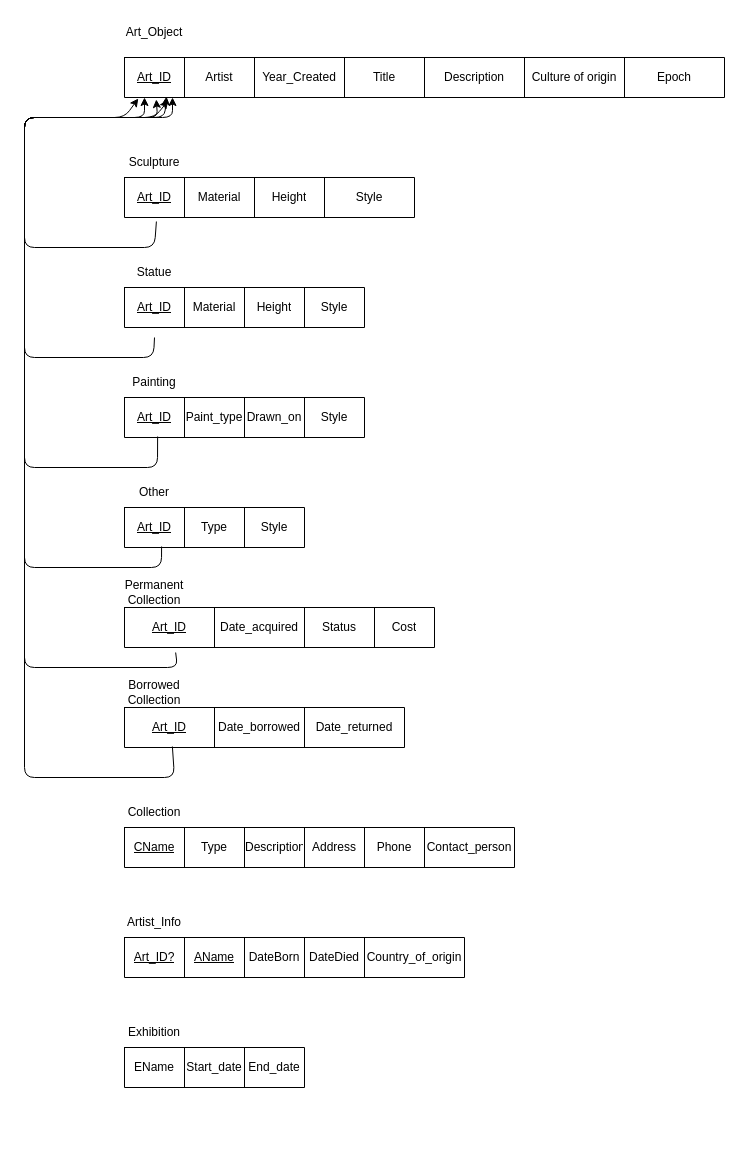
Above: database design/relationalschema.drawio in ENSF-300-F23/museum-project-l02-group-22 (draw.io), before the change. Source tidied: cells renumbered, new cells numbered last; positions are measured from the earlier drawing's top-left corner, leaving out a move shared by most shapes. Both pictures are drawn from the tidied source at 100%, with x=0, y=0 at pixel (24, 17).
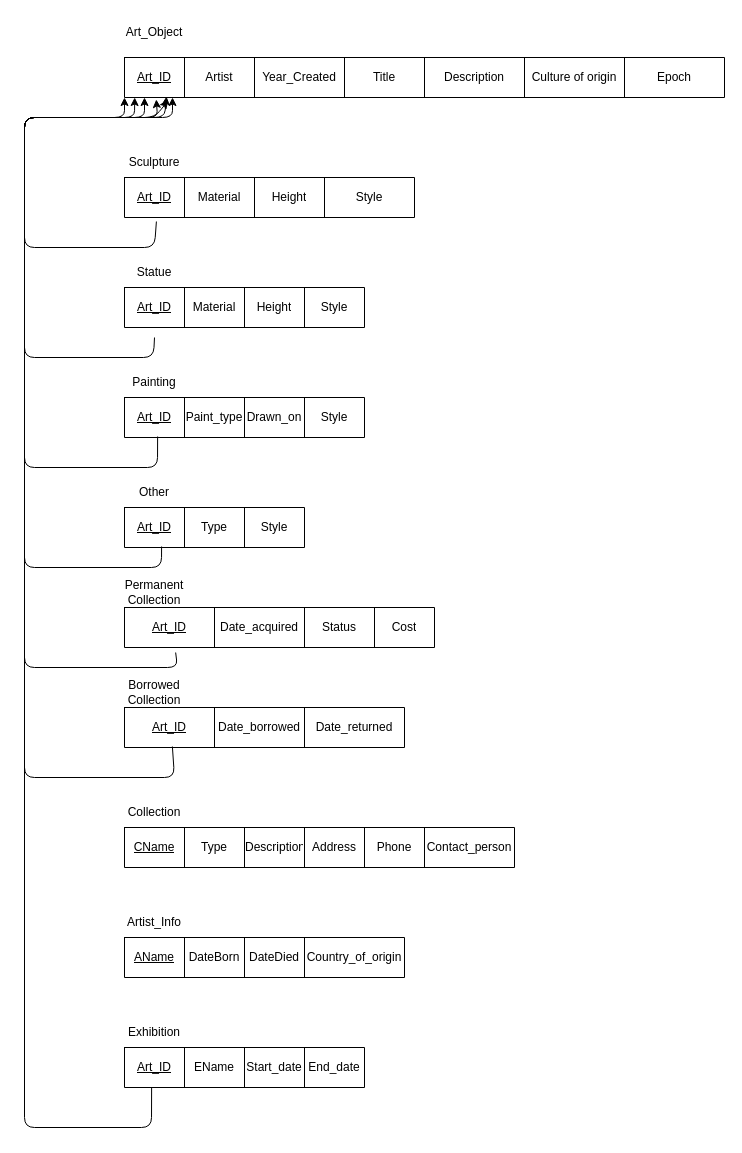
After the change.

Commit message:
Added my final changes Please give it a look as there may still be errors Not 100% confident in my answer rn

The change refers to these unchanged cells:
```xml
<mxCell id="3" style="shape=tableRow;horizontal=0;startSize=0;swimlaneHead=0;swimlaneBody=0;top=0;left=0;bottom=0;right=0;fillColor=none;points=[[0,0.5],[1,0.5]];portConstraint=eastwest;" parent="2" vertex="1">
  <mxGeometry width="600" height="40" as="geometry" />
</mxCell>
<mxCell id="46" style="shape=tableRow;horizontal=0;startSize=0;swimlaneHead=0;swimlaneBody=0;top=0;left=0;bottom=0;right=0;fillColor=none;points=[[0,0.5],[1,0.5]];portConstraint=eastwest;" parent="45" vertex="1">
  <mxGeometry width="280" height="40" as="geometry" />
</mxCell>
```

Change to the diagram source:
```diff
@@
     <mxCell id="52" style="shape=table;startSize=0;childLayout=tableLayout;" parent="1" vertex="1">
-      <mxGeometry x="100" y="920" width="340" height="40" as="geometry" />
+      <mxGeometry x="100" y="920" width="280" height="40" as="geometry" />
     </mxCell>
     <mxCell id="53" style="shape=tableRow;horizontal=0;startSize=0;swimlaneHead=0;swimlaneBody=0;top=0;left=0;bottom=0;right=0;fillColor=none;" parent="52" vertex="1">
-      <mxGeometry width="340" height="40" as="geometry" />
+      <mxGeometry width="280" height="40" as="geometry" />
     </mxCell>
-    <mxCell id="54" value="&lt;u&gt;Art_ID?&lt;/u&gt;" style="shape=partialRectangle;html=1;whiteSpace=wrap;overflow=hidden;fillColor=none;top=0;left=0;bottom=0;right=0;" parent="53" vertex="1">
-      <mxGeometry width="60" height="40" as="geometry" />
-    </mxCell>
     <mxCell id="55" value="&lt;u&gt;AName&lt;/u&gt;" style="shape=partialRectangle;html=1;whiteSpace=wrap;overflow=hidden;fillColor=none;top=0;left=0;bottom=0;right=0;" parent="53" vertex="1">
-      <mxGeometry x="60" width="60" height="40" as="geometry" />
+      <mxGeometry width="60" height="40" as="geometry" />
     </mxCell>
     <mxCell id="56" value="DateBorn" style="shape=partialRectangle;html=1;whiteSpace=wrap;overflow=hidden;fillColor=none;top=0;left=0;bottom=0;right=0;" parent="53" vertex="1">
-      <mxGeometry x="120" width="60" height="40" as="geometry" />
+      <mxGeometry x="60" width="60" height="40" as="geometry" />
     </mxCell>
     <mxCell id="57" value="DateDied" style="shape=partialRectangle;html=1;whiteSpace=wrap;overflow=hidden;fillColor=none;top=0;left=0;bottom=0;right=0;" parent="53" vertex="1">
-      <mxGeometry x="180" width="60" height="40" as="geometry" />
+      <mxGeometry x="120" width="60" height="40" as="geometry" />
     </mxCell>
     <mxCell id="58" value="Country_of_origin" style="shape=partialRectangle;html=1;whiteSpace=wrap;overflow=hidden;fillColor=none;top=0;left=0;bottom=0;right=0;" parent="53" vertex="1">
-      <mxGeometry x="240" width="100" height="40" as="geometry" />
+      <mxGeometry x="180" width="100" height="40" as="geometry" />
     </mxCell>
@@
     <mxCell id="68" style="shape=table;startSize=0;childLayout=tableLayout;" parent="1" vertex="1">
-      <mxGeometry x="100" y="1030" width="180" height="40" as="geometry" />
+      <mxGeometry x="100" y="1030" width="240" height="40" as="geometry" />
     </mxCell>
     <mxCell id="69" style="shape=tableRow;horizontal=0;startSize=0;swimlaneHead=0;swimlaneBody=0;top=0;left=0;bottom=0;right=0;fillColor=none;points=[[0,0.5],[1,0.5]];portConstraint=eastwest;" parent="68" vertex="1">
-      <mxGeometry width="180" height="40" as="geometry" />
+      <mxGeometry width="240" height="40" as="geometry" />
     </mxCell>
+    <mxCell id="81" value="&lt;u&gt;Art_ID&lt;/u&gt;" style="shape=partialRectangle;html=1;whiteSpace=wrap;overflow=hidden;fillColor=none;top=0;left=0;bottom=0;right=0;" parent="69" vertex="1">
+      <mxGeometry width="60" height="40" as="geometry" />
+    </mxCell>
     <mxCell id="70" value="EName" style="shape=partialRectangle;html=1;whiteSpace=wrap;overflow=hidden;fillColor=none;top=0;left=0;bottom=0;right=0;" parent="69" vertex="1">
-      <mxGeometry width="60" height="40" as="geometry" />
+      <mxGeometry x="60" width="60" height="40" as="geometry" />
     </mxCell>
     <mxCell id="71" value="Start_date" style="shape=partialRectangle;html=1;whiteSpace=wrap;overflow=hidden;fillColor=none;top=0;left=0;bottom=0;right=0;" parent="69" vertex="1">
-      <mxGeometry x="60" width="60" height="40" as="geometry" />
+      <mxGeometry x="120" width="60" height="40" as="geometry" />
     </mxCell>
     <mxCell id="72" value="End_date" style="shape=partialRectangle;html=1;whiteSpace=wrap;overflow=hidden;fillColor=none;top=0;left=0;bottom=0;right=0;" parent="69" vertex="1">
-      <mxGeometry x="120" width="60" height="40" as="geometry" />
+      <mxGeometry x="180" width="60" height="40" as="geometry" />
     </mxCell>
@@
-    <mxCell id="80" style="endArrow=classic;html=1;entryX=0.023;entryY=1.025;entryDx=0;entryDy=0;entryPerimeter=0;exitX=0.171;exitY=0.975;exitDx=0;exitDy=0;exitPerimeter=0;" parent="1" edge="1" source="46" target="3">
+    <mxCell id="80" style="endArrow=classic;html=1;entryX=0;entryY=1;entryDx=0;entryDy=0;entryPerimeter=0;exitX=0.171;exitY=0.975;exitDx=0;exitDy=0;exitPerimeter=0;" parent="1" edge="1" source="46" target="3">
       <mxGeometry relative="1" as="geometry">
         <Array as="points">
           <mxPoint x="150" y="760" />
           <mxPoint y="760" />
           <mxPoint y="100" />
           <mxPoint x="100" y="100" />
         </Array>
       </mxGeometry>
     </mxCell>
+    <mxCell id="82" style="endArrow=classic;html=1;entryX=0.017;entryY=1;entryDx=0;entryDy=0;entryPerimeter=0;exitX=0.113;exitY=1;exitDx=0;exitDy=0;exitPerimeter=0;" parent="1" edge="1" source="69" target="3">
+      <mxGeometry relative="1" as="geometry">
+        <Array as="points">
+          <mxPoint x="127" y="1110" />
+          <mxPoint y="1110" />
+          <mxPoint y="100" />
+          <mxPoint x="110" y="100" />
+        </Array>
+      </mxGeometry>
+    </mxCell>
```
